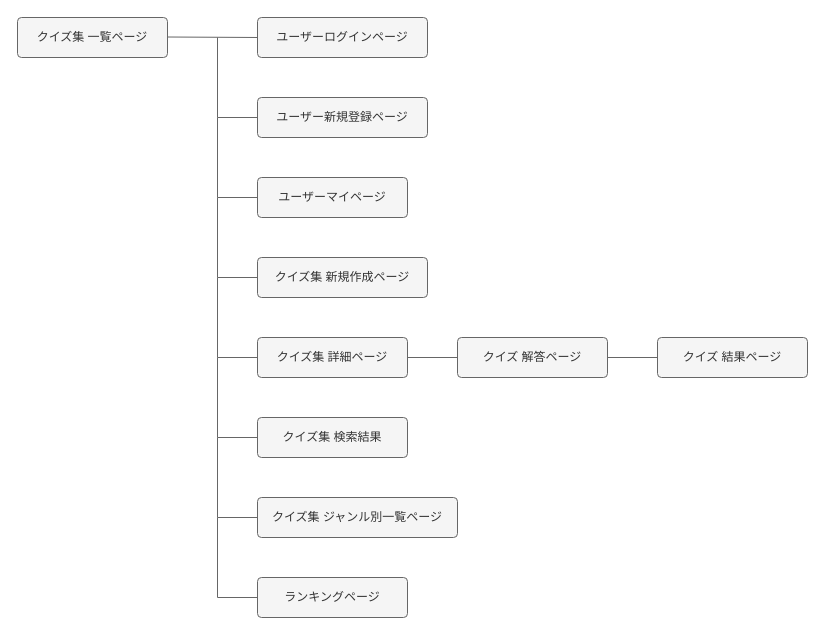
Above: screen_transition.dio in yun814/now_the_question (draw.io), before the change. Source tidied: cells renumbered, new cells numbered last; positions are measured from the earlier drawing's top-left corner, leaving out a move shared by most shapes. Both pictures are drawn from the tidied source at 100%, with x=0, y=0 at pixel (17, 17).
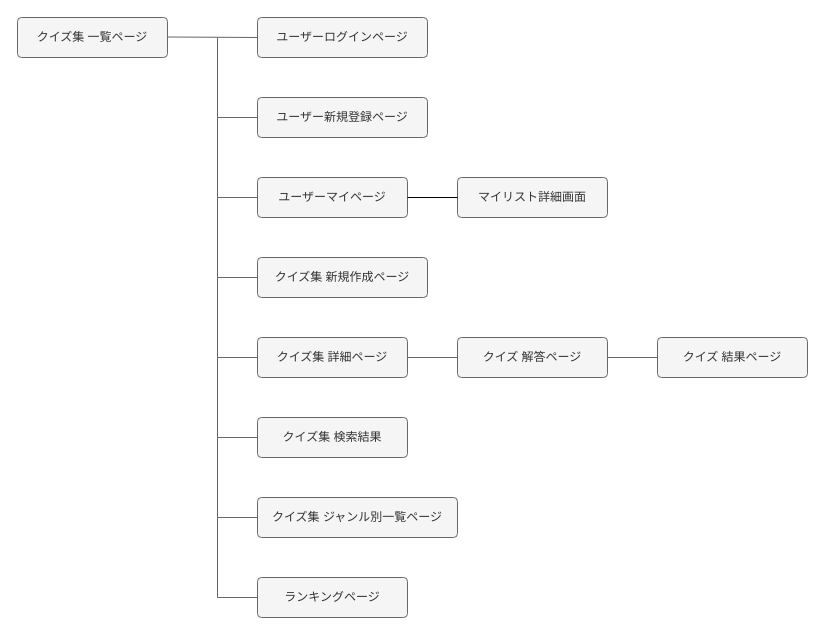
The same page after the edit.

Commit message (it also covers changes not shown here):
ER図・画面遷移図を更新

The change refers to these unchanged cells:
```xml
<mxCell id="5" value="ユーザーマイページ" style="rounded=1;arcSize=10;whiteSpace=wrap;html=1;align=center;fontColor=#333333;strokeColor=#666666;fillColor=#f5f5f5;labelBackgroundColor=none;" parent="1" vertex="1">
  <mxGeometry x="240" y="160" width="150" height="40" as="geometry" />
</mxCell>
```

The edit, as a diff of the source:
```diff
@@
+    <mxCell id="23" value="マイリスト詳細画面" style="rounded=1;arcSize=10;whiteSpace=wrap;html=1;align=center;fontColor=#333333;strokeColor=#666666;fillColor=#f5f5f5;labelBackgroundColor=none;" parent="1" vertex="1">
+      <mxGeometry x="440" y="160" width="150" height="40" as="geometry" />
+    </mxCell>
+    <mxCell id="24" style="endArrow=none;html=1;exitX=1;exitY=0.5;exitDx=0;exitDy=0;entryX=0;entryY=0.5;entryDx=0;entryDy=0;strokeColor=#000000;" parent="1" edge="1" source="5" target="23">
+      <mxGeometry relative="1" as="geometry" />
+    </mxCell>
```
